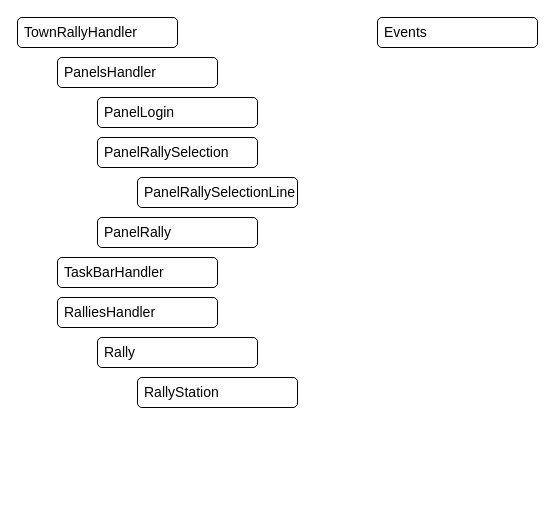
Above: Graphs/TownRallyMain_classdiagram.drawio in MikVR7/TownRallyMain (draw.io), before the change. Source tidied: cells renumbered, new cells numbered last; positions are measured from the earlier drawing's top-left corner, leaving out a move shared by most shapes. Both pictures are drawn from the tidied source at 100%, with x=0, y=0 at pixel (17, 17).
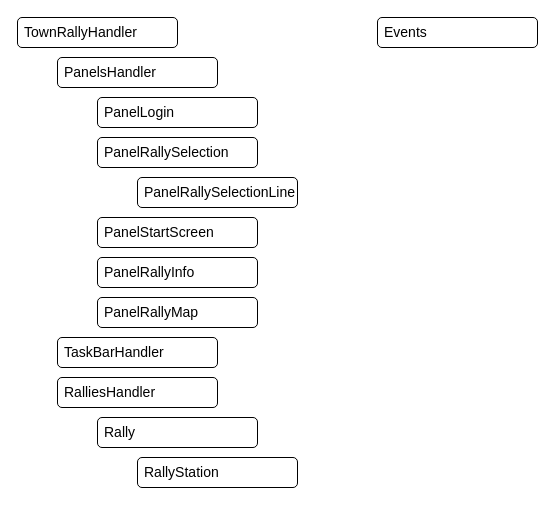
The same page after the edit.

What changed in the source:
```diff
@@
 <mxGraphModel>
   <root>
     <mxCell id="0" />
     <mxCell id="1" parent="0" />
     <mxCell id="2" value="Events" style="rounded=1;whiteSpace=wrap;html=1;align=left;spacingLeft=5;fontSize=14;" parent="1" vertex="1">
       <mxGeometry x="360" width="160" height="30" as="geometry" />
     </mxCell>
     <mxCell id="3" value="TownRallyHandler" style="rounded=1;whiteSpace=wrap;html=1;align=left;spacingLeft=5;fontSize=14;" parent="1" vertex="1">
       <mxGeometry width="160" height="30" as="geometry" />
     </mxCell>
     <mxCell id="4" value="PanelsHandler" style="rounded=1;whiteSpace=wrap;html=1;align=left;spacingLeft=5;fontSize=14;" parent="1" vertex="1">
       <mxGeometry x="40" y="40" width="160" height="30" as="geometry" />
     </mxCell>
     <mxCell id="5" value="TaskBarHandler" style="rounded=1;whiteSpace=wrap;html=1;align=left;spacingLeft=5;fontSize=14;" parent="1" vertex="1">
-      <mxGeometry x="40" y="240" width="160" height="30" as="geometry" />
+      <mxGeometry x="40" y="320" width="160" height="30" as="geometry" />
     </mxCell>
     <mxCell id="6" value="RalliesHandler" style="rounded=1;whiteSpace=wrap;html=1;align=left;spacingLeft=5;fontSize=14;" parent="1" vertex="1">
-      <mxGeometry x="40" y="280" width="160" height="30" as="geometry" />
+      <mxGeometry x="40" y="360" width="160" height="30" as="geometry" />
     </mxCell>
     <mxCell id="7" value="PanelLogin" style="rounded=1;whiteSpace=wrap;html=1;align=left;spacingLeft=5;fontSize=14;" parent="1" vertex="1">
       <mxGeometry x="80" y="80" width="160" height="30" as="geometry" />
     </mxCell>
     <mxCell id="8" value="PanelRallySelection" style="rounded=1;whiteSpace=wrap;html=1;align=left;spacingLeft=5;fontSize=14;" parent="1" vertex="1">
       <mxGeometry x="80" y="120" width="160" height="30" as="geometry" />
     </mxCell>
-    <mxCell id="9" value="PanelRally" style="rounded=1;whiteSpace=wrap;html=1;align=left;spacingLeft=5;fontSize=14;" parent="1" vertex="1">
+    <mxCell id="9" value="PanelStartScreen" style="rounded=1;whiteSpace=wrap;html=1;align=left;spacingLeft=5;fontSize=14;" parent="1" vertex="1">
       <mxGeometry x="80" y="200" width="160" height="30" as="geometry" />
     </mxCell>
     <mxCell id="10" value="Rally" style="rounded=1;whiteSpace=wrap;html=1;align=left;spacingLeft=5;fontSize=14;" parent="1" vertex="1">
-      <mxGeometry x="80" y="320" width="160" height="30" as="geometry" />
+      <mxGeometry x="80" y="400" width="160" height="30" as="geometry" />
     </mxCell>
     <mxCell id="11" value="RallyStation" style="rounded=1;whiteSpace=wrap;html=1;align=left;spacingLeft=5;fontSize=14;" parent="1" vertex="1">
-      <mxGeometry x="120" y="360" width="160" height="30" as="geometry" />
+      <mxGeometry x="120" y="440" width="160" height="30" as="geometry" />
     </mxCell>
     <mxCell id="12" value="PanelRallySelectionLine" style="rounded=1;whiteSpace=wrap;html=1;align=left;spacingLeft=5;fontSize=14;" parent="1" vertex="1">
       <mxGeometry x="120" y="160" width="160" height="30" as="geometry" />
     </mxCell>
+    <mxCell id="13" value="PanelRallyInfo" style="rounded=1;whiteSpace=wrap;html=1;align=left;spacingLeft=5;fontSize=14;" parent="1" vertex="1">
+      <mxGeometry x="80" y="240" width="160" height="30" as="geometry" />
+    </mxCell>
+    <mxCell id="14" value="PanelRallyMap" style="rounded=1;whiteSpace=wrap;html=1;align=left;spacingLeft=5;fontSize=14;" parent="1" vertex="1">
+      <mxGeometry x="80" y="280" width="160" height="30" as="geometry" />
+    </mxCell>
   </root>
 </mxGraphModel>
```
